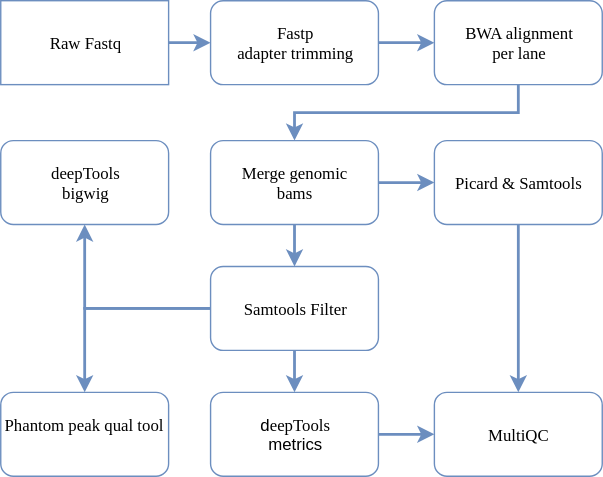
Above: images/genome.svg in imperial-genomics-facility/igf-pipeline-help (draw.io), before the change. Source tidied: cells renumbered, new cells last; positions are measured from the earlier drawing's top-left corner, leaving out a move shared by most shapes.
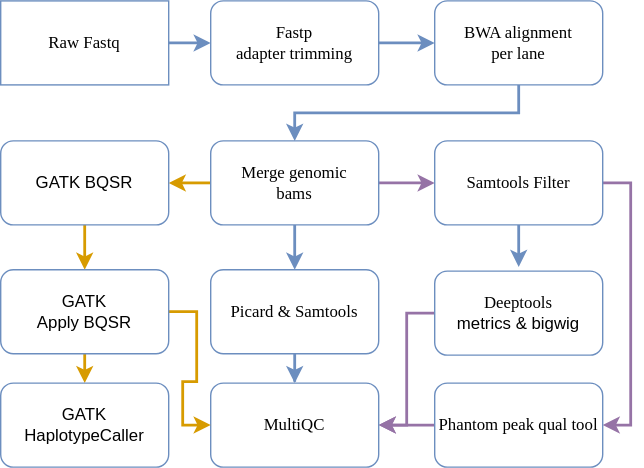
After the change.

Commit message:
fix for gatk pipeline

The edit, as a diff of the source:
```diff
@@ -23,7 +23,10 @@
     <mxCell id="8" style="edgeStyle=orthogonalEdgeStyle;rounded=0;html=1;jettySize=auto;strokeWidth=2;fillColor=#dae8fc;strokeColor=#6c8ebf;" parent="1" edge="1" source="10" target="12">
       <mxGeometry relative="1" as="geometry" />
     </mxCell>
+    <mxCell id="22" style="edgeStyle=orthogonalEdgeStyle;rounded=0;jettySize=auto;html=1;exitX=0;exitY=0.5;exitDx=0;exitDy=0;entryX=1;entryY=0.5;entryDx=0;entryDy=0;strokeColor=#d79b00;fillColor=#ffe6cc;strokeWidth=2;" parent="1" edge="1" source="10" target="25">
+      <mxGeometry relative="1" as="geometry" />
+    </mxCell>
-    <mxCell id="9" style="edgeStyle=orthogonalEdgeStyle;rounded=0;jettySize=auto;html=1;strokeColor=#6C8EBF;strokeWidth=2;" parent="1" edge="1" source="10" target="16">
+    <mxCell id="9" style="edgeStyle=orthogonalEdgeStyle;rounded=0;jettySize=auto;html=1;exitX=1;exitY=0.5;exitDx=0;exitDy=0;entryX=0;entryY=0.5;entryDx=0;entryDy=0;strokeColor=#9673a6;fillColor=#e1d5e7;strokeWidth=2;" parent="1" edge="1" source="10" target="16">
       <mxGeometry relative="1" as="geometry" />
     </mxCell>
     <mxCell id="10" value="&lt;font face=&quot;Lucida Console&quot;&gt;Merge genomic &lt;br&gt;bams&lt;/font&gt;" style="rounded=1;whiteSpace=wrap;html=1;fillColor=none;strokeColor=#6c8ebf;" parent="1" vertex="1">
@@ -33,34 +36,54 @@
       <mxGeometry relative="1" as="geometry" />
     </mxCell>
     <mxCell id="12" value="&lt;font face=&quot;Lucida Console&quot;&gt;Picard &amp;amp; Samtools&lt;/font&gt;" style="rounded=1;whiteSpace=wrap;html=1;fillColor=none;strokeColor=#6c8ebf;" parent="1" vertex="1">
-      <mxGeometry x="310" y="100" width="120" height="60" as="geometry" />
+      <mxGeometry x="150" y="192" width="120" height="60" as="geometry" />
     </mxCell>
-    <mxCell id="13" style="edgeStyle=orthogonalEdgeStyle;rounded=0;jettySize=auto;html=1;strokeColor=#6C8EBF;strokeWidth=2;" parent="1" edge="1" source="16" target="18">
-      <mxGeometry relative="1" as="geometry" />
+    <mxCell id="13" style="edgeStyle=orthogonalEdgeStyle;rounded=0;jettySize=auto;html=1;strokeColor=#6C8EBF;strokeWidth=2;" parent="1" edge="1" source="16">
+      <mxGeometry relative="1" as="geometry">
+        <mxPoint x="370" y="190" as="targetPoint" />
+      </mxGeometry>
     </mxCell>
-    <mxCell id="14" style="edgeStyle=orthogonalEdgeStyle;rounded=0;jettySize=auto;html=1;strokeColor=#6C8EBF;strokeWidth=2;" parent="1" edge="1" source="16" target="20">
-      <mxGeometry relative="1" as="geometry" />
-    </mxCell>
-    <mxCell id="15" style="edgeStyle=orthogonalEdgeStyle;rounded=0;jettySize=auto;html=1;exitX=0;exitY=0.5;exitDx=0;exitDy=0;entryX=0.5;entryY=0;entryDx=0;entryDy=0;strokeColor=#6C8EBF;strokeWidth=2;" parent="1" edge="1" source="16" target="17">
+    <mxCell id="15" style="edgeStyle=orthogonalEdgeStyle;rounded=0;jettySize=auto;html=1;exitX=1;exitY=0.5;exitDx=0;exitDy=0;entryX=1;entryY=0.5;entryDx=0;entryDy=0;strokeColor=#9673a6;fillColor=#e1d5e7;strokeWidth=2;" parent="1" edge="1" source="16" target="17">
       <mxGeometry relative="1" as="geometry" />
     </mxCell>
     <mxCell id="16" value="&lt;font face=&quot;Lucida Console&quot;&gt;Samtools Filter&lt;/font&gt;&lt;br&gt;" style="rounded=1;whiteSpace=wrap;html=1;fillColor=none;strokeColor=#6c8ebf;" parent="1" vertex="1">
-      <mxGeometry x="150" y="190" width="120" height="60" as="geometry" />
+      <mxGeometry x="310" y="100" width="120" height="60" as="geometry" />
     </mxCell>
+    <mxCell id="23" style="edgeStyle=orthogonalEdgeStyle;rounded=0;jettySize=auto;html=1;exitX=0;exitY=0.5;exitDx=0;exitDy=0;entryX=1;entryY=0.5;entryDx=0;entryDy=0;strokeColor=#9673a6;fillColor=#e1d5e7;strokeWidth=2;" parent="1" edge="1" source="17" target="21">
+      <mxGeometry relative="1" as="geometry" />
+    </mxCell>
     <mxCell id="17" value="&lt;font face=&quot;Lucida Console&quot;&gt;Phantom peak qual tool&lt;/font&gt;&lt;br&gt;" style="rounded=1;whiteSpace=wrap;html=1;fillColor=none;strokeColor=#6c8ebf;" parent="1" vertex="1">
-      <mxGeometry y="280" width="120" height="60" as="geometry" />
+      <mxGeometry x="310" y="273" width="120" height="60" as="geometry" />
     </mxCell>
-    <mxCell id="18" value="&lt;font face=&quot;Lucida Console&quot;&gt;deepTools&lt;br&gt;bigwig&lt;/font&gt;" style="rounded=1;whiteSpace=wrap;html=1;fillColor=none;strokeColor=#6c8ebf;" parent="1" vertex="1">
-      <mxGeometry y="100" width="120" height="60" as="geometry" />
-    </mxCell>
-    <mxCell id="19" style="edgeStyle=orthogonalEdgeStyle;rounded=0;jettySize=auto;html=1;strokeColor=#6C8EBF;strokeWidth=2;" parent="1" edge="1" source="20" target="21">
+    <mxCell id="19" style="edgeStyle=orthogonalEdgeStyle;rounded=0;jettySize=auto;html=1;exitX=0;exitY=0.5;exitDx=0;exitDy=0;entryX=1;entryY=0.5;entryDx=0;entryDy=0;strokeColor=#9673a6;strokeWidth=2;fillColor=#e1d5e7;" parent="1" edge="1" source="20" target="21">
       <mxGeometry relative="1" as="geometry" />
     </mxCell>
-    <mxCell id="20" value="d&lt;font face=&quot;Lucida Console&quot;&gt;eepTools&lt;br&gt;&lt;/font&gt;metrics" style="rounded=1;whiteSpace=wrap;html=1;fillColor=none;strokeColor=#6c8ebf;" parent="1" vertex="1">
-      <mxGeometry x="150" y="280" width="120" height="60" as="geometry" />
+    <mxCell id="20" value="&lt;font face=&quot;Lucida Console&quot;&gt;Deeptools&lt;br&gt;&lt;/font&gt;metrics &amp;amp; bigwig" style="rounded=1;whiteSpace=wrap;html=1;fillColor=none;strokeColor=#6c8ebf;" parent="1" vertex="1">
+      <mxGeometry x="310" y="193" width="120" height="60" as="geometry" />
     </mxCell>
     <mxCell id="21" value="&lt;font face=&quot;Lucida Console&quot;&gt;MultiQC&lt;/font&gt;&lt;br&gt;" style="rounded=1;whiteSpace=wrap;html=1;fillColor=none;strokeColor=#6c8ebf;" parent="1" vertex="1">
-      <mxGeometry x="310" y="280" width="120" height="60" as="geometry" />
+      <mxGeometry x="150" y="273" width="120" height="60" as="geometry" />
     </mxCell>
+    <mxCell id="24" style="edgeStyle=orthogonalEdgeStyle;rounded=0;jettySize=auto;html=1;exitX=0.5;exitY=1;exitDx=0;exitDy=0;entryX=0.5;entryY=0;entryDx=0;entryDy=0;strokeColor=#d79b00;fillColor=#ffe6cc;strokeWidth=2;" parent="1" edge="1" source="25" target="28">
+      <mxGeometry relative="1" as="geometry" />
+    </mxCell>
+    <mxCell id="25" value="GATK BQSR" style="rounded=1;whiteSpace=wrap;html=1;fillColor=none;strokeColor=#6c8ebf;" parent="1" vertex="1">
+      <mxGeometry y="100" width="120" height="60" as="geometry" />
+    </mxCell>
+    <mxCell id="26" style="edgeStyle=orthogonalEdgeStyle;rounded=0;jettySize=auto;html=1;exitX=0.5;exitY=1;exitDx=0;exitDy=0;entryX=0.5;entryY=0;entryDx=0;entryDy=0;strokeColor=#d79b00;fillColor=#ffe6cc;strokeWidth=2;" parent="1" edge="1" source="28" target="29">
+      <mxGeometry relative="1" as="geometry" />
+    </mxCell>
+    <mxCell id="27" style="edgeStyle=orthogonalEdgeStyle;rounded=0;jettySize=auto;html=1;exitX=1;exitY=0.5;exitDx=0;exitDy=0;entryX=0;entryY=0.5;entryDx=0;entryDy=0;strokeColor=#d79b00;fillColor=#ffe6cc;strokeWidth=2;" parent="1" edge="1" source="28" target="21">
+      <mxGeometry relative="1" as="geometry" />
+    </mxCell>
+    <mxCell id="28" value="GATK&lt;br&gt;Apply BQSR" style="rounded=1;whiteSpace=wrap;html=1;fillColor=none;strokeColor=#6c8ebf;" parent="1" vertex="1">
+      <mxGeometry y="192" width="120" height="60" as="geometry" />
+    </mxCell>
+    <mxCell id="29" value="GATK&lt;br&gt;HaplotypeCaller" style="rounded=1;whiteSpace=wrap;html=1;fillColor=none;strokeColor=#6c8ebf;" parent="1" vertex="1">
+      <mxGeometry y="273" width="120" height="60" as="geometry" />
+    </mxCell>
+    <mxCell id="30" style="edgeStyle=orthogonalEdgeStyle;rounded=0;orthogonalLoop=1;jettySize=auto;html=1;exitX=0.5;exitY=1;exitDx=0;exitDy=0;strokeColor=#A6654E;" parent="1" edge="1" source="20" target="20">
+      <mxGeometry relative="1" as="geometry" />
+    </mxCell>
   </root>
 </mxGraphModel>
```
